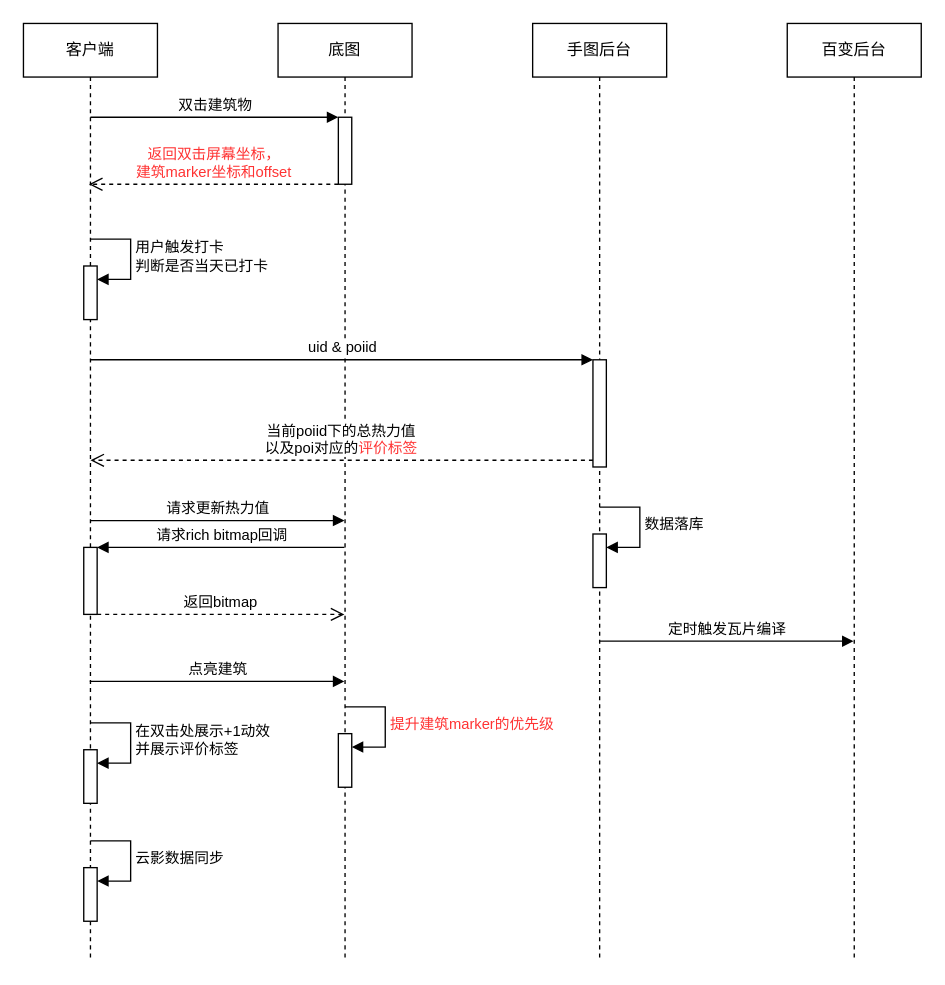
wangziji/graphics keeps this draw.io diagram as page "第 3 页" (3 of 3) of 10.0.drawio. Above is the earlier version. Source tidied: cells renumbered, new cells numbered last; positions are measured from the earlier drawing's top-left corner, leaving out a move shared by most shapes. Both pictures are drawn from the tidied source at 134%, with x=0, y=0 at pixel (23, 23).
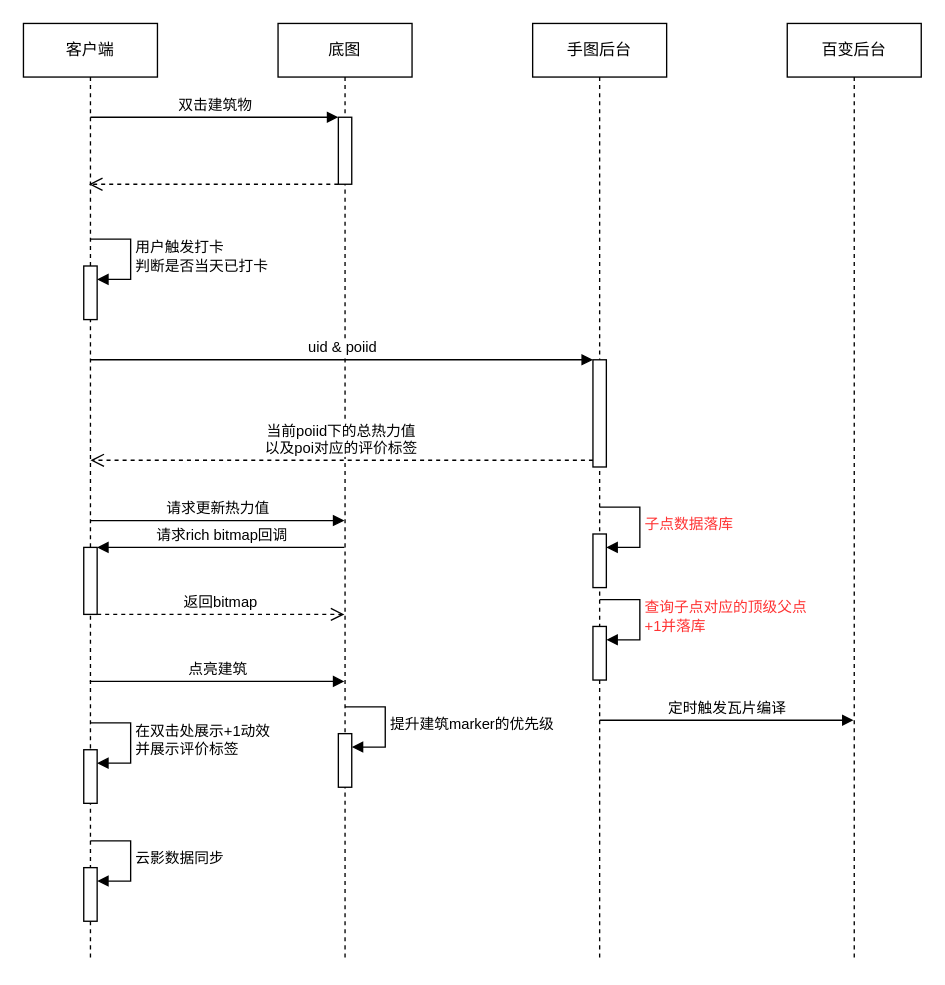
The same page after the edit.

Unchanged cells that the change refers to:
```xml
<mxCell id="2" value="客户端" style="shape=umlLifeline;perimeter=lifelinePerimeter;whiteSpace=wrap;html=1;outlineConnect=0;portConstraint=eastwest;newEdgeStyle={&quot;edgeStyle&quot;:&quot;elbowEdgeStyle&quot;,&quot;elbow&quot;:&quot;vertical&quot;,&quot;curved&quot;:0,&quot;rounded&quot;:0};" parent="1" vertex="1">
  <mxGeometry width="100" height="700" as="geometry" />
</mxCell>
<mxCell id="10" value="底图" style="shape=umlLifeline;perimeter=lifelinePerimeter;whiteSpace=wrap;html=1;newEdgeStyle={&quot;edgeStyle&quot;:&quot;elbowEdgeStyle&quot;,&quot;elbow&quot;:&quot;vertical&quot;,&quot;curved&quot;:0,&quot;rounded&quot;:0};" parent="1" vertex="1">
  <mxGeometry x="190" width="100" height="700" as="geometry" />
</mxCell>
<mxCell id="11" style="html=1;points=[];perimeter=orthogonalPerimeter;outlineConnect=0;targetShapes=umlLifeline;portConstraint=eastwest;newEdgeStyle={&quot;edgeStyle&quot;:&quot;elbowEdgeStyle&quot;,&quot;elbow&quot;:&quot;vertical&quot;,&quot;curved&quot;:0,&quot;rounded&quot;:0};" parent="10" vertex="1">
  <mxGeometry x="45" y="70" width="10" height="50" as="geometry" />
</mxCell>
<mxCell id="12" style="html=1;points=[];perimeter=orthogonalPerimeter;outlineConnect=0;targetShapes=umlLifeline;portConstraint=eastwest;newEdgeStyle={&quot;edgeStyle&quot;:&quot;elbowEdgeStyle&quot;,&quot;elbow&quot;:&quot;vertical&quot;,&quot;curved&quot;:0,&quot;rounded&quot;:0};" parent="10" vertex="1">
  <mxGeometry x="45" y="530" width="10" height="40" as="geometry" />
</mxCell>
<mxCell id="14" value="手图后台" style="shape=umlLifeline;perimeter=lifelinePerimeter;whiteSpace=wrap;html=1;newEdgeStyle={&quot;edgeStyle&quot;:&quot;elbowEdgeStyle&quot;,&quot;elbow&quot;:&quot;vertical&quot;,&quot;curved&quot;:0,&quot;rounded&quot;:0};" parent="1" vertex="1">
  <mxGeometry x="380" width="100" height="700" as="geometry" />
</mxCell>
<mxCell id="15" style="html=1;points=[];perimeter=orthogonalPerimeter;outlineConnect=0;targetShapes=umlLifeline;portConstraint=eastwest;newEdgeStyle={&quot;edgeStyle&quot;:&quot;elbowEdgeStyle&quot;,&quot;elbow&quot;:&quot;vertical&quot;,&quot;curved&quot;:0,&quot;rounded&quot;:0};" parent="14" vertex="1">
  <mxGeometry x="45" y="251" width="10" height="80" as="geometry" />
</mxCell>
<mxCell id="16" style="html=1;points=[];perimeter=orthogonalPerimeter;outlineConnect=0;targetShapes=umlLifeline;portConstraint=eastwest;newEdgeStyle={&quot;edgeStyle&quot;:&quot;elbowEdgeStyle&quot;,&quot;elbow&quot;:&quot;vertical&quot;,&quot;curved&quot;:0,&quot;rounded&quot;:0};" parent="14" vertex="1">
  <mxGeometry x="45" y="381" width="10" height="40" as="geometry" />
</mxCell>
```

Change to the diagram source:
```diff
@@
-    <mxCell id="13" value="&lt;font color=&quot;#ff3333&quot;&gt;提升建筑marker的优先级&lt;/font&gt;" style="html=1;align=left;spacingLeft=2;endArrow=block;rounded=0;edgeStyle=orthogonalEdgeStyle;curved=0;rounded=0;" parent="10" edge="1" target="12">
+    <mxCell id="13" value="提升建筑marker的优先级" style="html=1;align=left;spacingLeft=2;endArrow=block;rounded=0;edgeStyle=orthogonalEdgeStyle;curved=0;rounded=0;" parent="10" edge="1" target="12">
       <mxGeometry relative="1" as="geometry">
         <mxPoint x="50" y="510" as="sourcePoint" />
         <Array as="points">
           <mxPoint x="80" y="540" />
         </Array>
       </mxGeometry>
     </mxCell>
@@
-    <mxCell id="17" value="数据落库" style="html=1;align=left;spacingLeft=2;endArrow=block;rounded=0;edgeStyle=orthogonalEdgeStyle;curved=0;rounded=0;" parent="14" edge="1" target="16">
+    <mxCell id="17" value="&lt;font color=&quot;#ff3333&quot;&gt;子点数据落库&lt;/font&gt;" style="html=1;align=left;spacingLeft=2;endArrow=block;rounded=0;edgeStyle=orthogonalEdgeStyle;curved=0;rounded=0;" parent="14" edge="1" target="16">
       <mxGeometry relative="1" as="geometry">
         <mxPoint x="50" y="361" as="sourcePoint" />
         <Array as="points">
           <mxPoint x="80" y="391" />
         </Array>
       </mxGeometry>
     </mxCell>
+    <mxCell id="28" style="html=1;points=[];perimeter=orthogonalPerimeter;outlineConnect=0;targetShapes=umlLifeline;portConstraint=eastwest;newEdgeStyle={&quot;edgeStyle&quot;:&quot;elbowEdgeStyle&quot;,&quot;elbow&quot;:&quot;vertical&quot;,&quot;curved&quot;:0,&quot;rounded&quot;:0};" parent="14" vertex="1">
+      <mxGeometry x="45" y="450" width="10" height="40" as="geometry" />
+    </mxCell>
+    <mxCell id="29" value="&lt;font color=&quot;#ff3333&quot;&gt;查询子点对应的顶级父点&lt;br&gt;+1并落库&lt;br&gt;&lt;/font&gt;" style="html=1;align=left;spacingLeft=2;endArrow=block;rounded=0;edgeStyle=orthogonalEdgeStyle;curved=0;rounded=0;" parent="14" edge="1" target="28">
+      <mxGeometry relative="1" as="geometry">
+        <mxPoint x="50" y="430" as="sourcePoint" />
+        <Array as="points">
+          <mxPoint x="80" y="460" />
+        </Array>
+      </mxGeometry>
+    </mxCell>
@@
-    <mxCell id="20" value="当前poiid下的总热力值&lt;br&gt;以及poi对应的&lt;font color=&quot;#ff3333&quot;&gt;评价标签&lt;/font&gt;" style="html=1;verticalAlign=bottom;endArrow=open;dashed=1;endSize=8;edgeStyle=elbowEdgeStyle;elbow=vertical;curved=0;rounded=0;" parent="1" edge="1" source="15">
+    <mxCell id="20" value="当前poiid下的总热力值&lt;br&gt;以及poi对应的评价标签" style="html=1;verticalAlign=bottom;endArrow=open;dashed=1;endSize=8;edgeStyle=elbowEdgeStyle;elbow=vertical;curved=0;rounded=0;" parent="1" edge="1" source="15">
       <mxGeometry relative="1" as="geometry">
         <mxPoint x="50" y="326" as="targetPoint" />
       </mxGeometry>
     </mxCell>
     <mxCell id="21" value="定时触发瓦片编译" style="html=1;verticalAlign=bottom;endArrow=block;edgeStyle=elbowEdgeStyle;elbow=vertical;curved=0;rounded=0;" parent="1" edge="1">
       <mxGeometry relative="1" as="geometry">
-        <mxPoint x="430" y="461" as="sourcePoint" />
-        <mxPoint x="619.5" y="461" as="targetPoint" />
+        <mxPoint x="430" y="520" as="sourcePoint" />
+        <mxPoint x="619.5" y="520" as="targetPoint" />
         <Array as="points">
-          <mxPoint x="560" y="461" />
+          <mxPoint x="560" y="520" />
         </Array>
       </mxGeometry>
     </mxCell>
@@
-    <mxCell id="27" value="&lt;font color=&quot;#ff3333&quot;&gt;返回双击屏幕坐标，&lt;br&gt;建筑marker坐标和offset&lt;/font&gt;" style="html=1;verticalAlign=bottom;endArrow=open;dashed=1;endSize=8;edgeStyle=elbowEdgeStyle;elbow=vertical;curved=0;rounded=0;entryX=0.489;entryY=0.171;entryDx=0;entryDy=0;entryPerimeter=0;" parent="1" edge="1" source="11" target="2">
+    <mxCell id="27" style="html=1;verticalAlign=bottom;endArrow=open;dashed=1;endSize=8;edgeStyle=elbowEdgeStyle;elbow=vertical;curved=0;rounded=0;entryX=0.489;entryY=0.171;entryDx=0;entryDy=0;entryPerimeter=0;" parent="1" edge="1" source="11" target="2">
       <mxGeometry relative="1" as="geometry">
         <Array as="points">
           <mxPoint x="90" y="120" />
         </Array>
       </mxGeometry>
     </mxCell>
```
